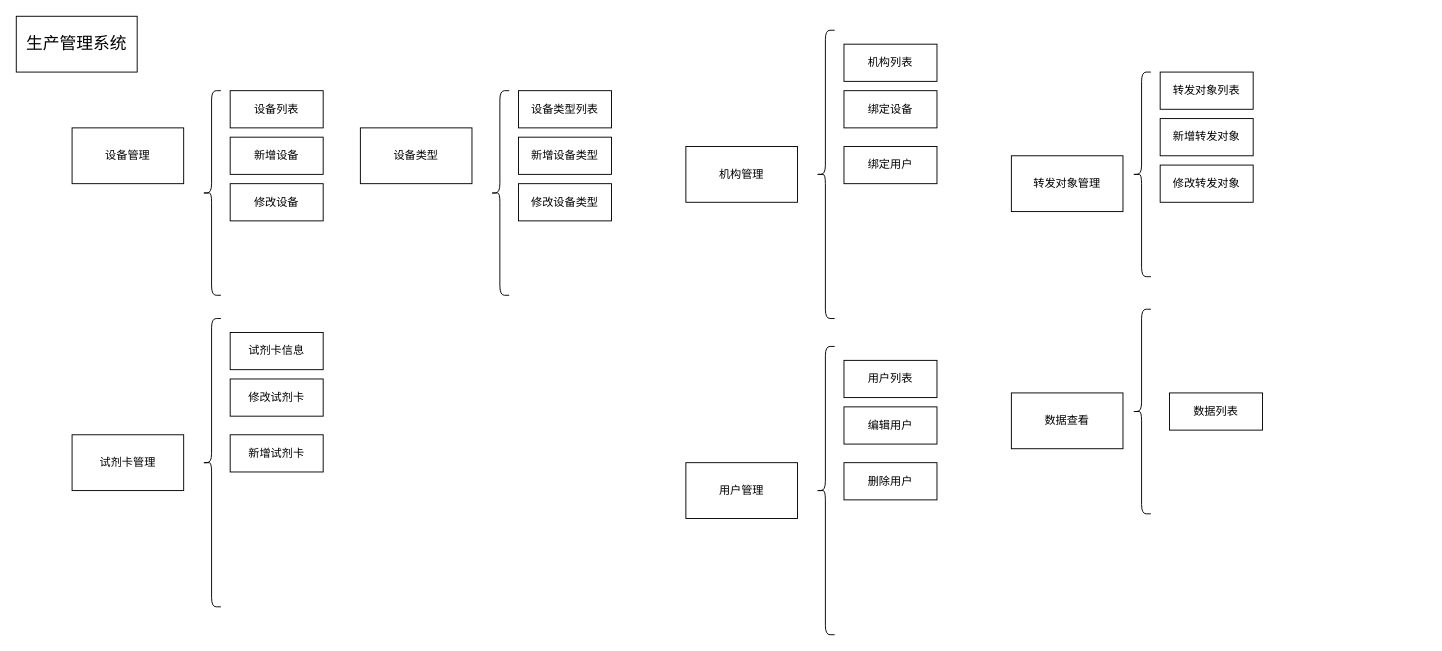
lliecho/test keeps this draw.io diagram as 生产管理系统.drawio. Above is the earlier version. Source tidied: cells renumbered, new cells numbered last; positions are measured from the earlier drawing's top-left corner, leaving out a move shared by most shapes. Both pictures are drawn from the tidied source at 93%, with x=0, y=0 at pixel (16, 16).
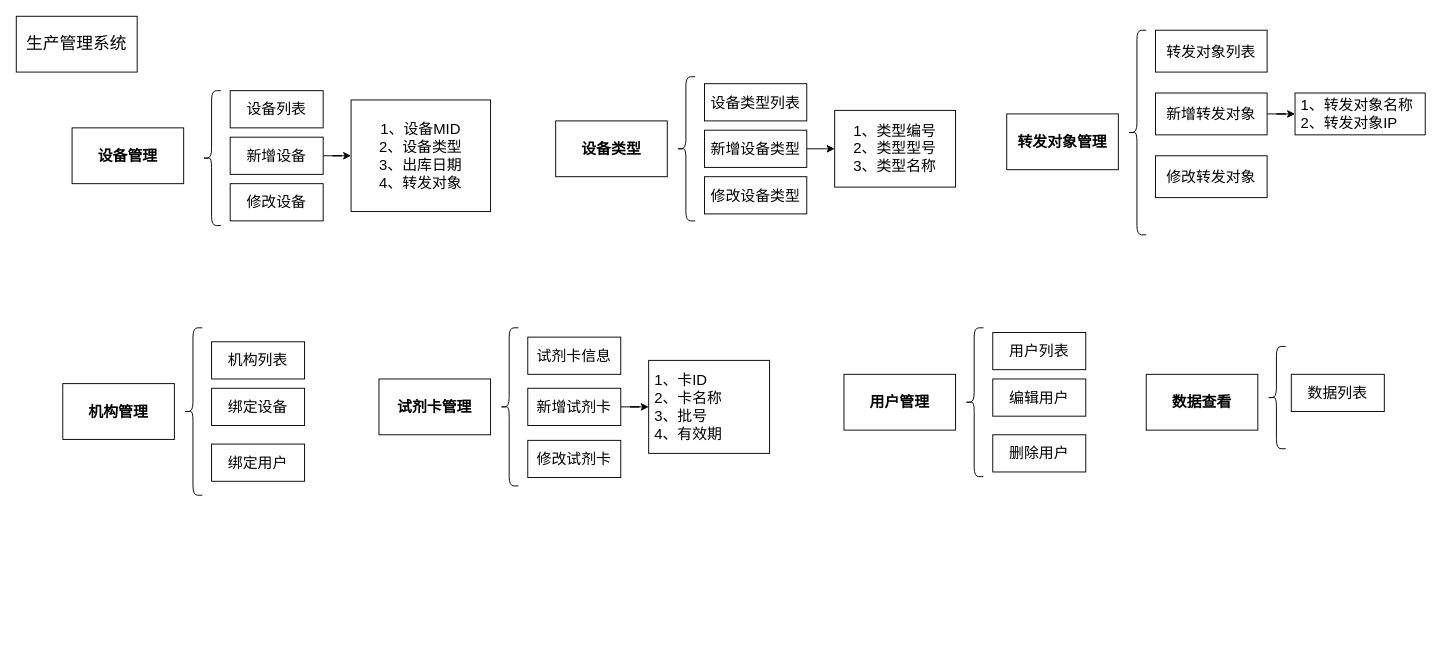
After the change.

Commit message:
更新生产管理系统.drawio

Diff of the diagram source:
```diff
@@
-    <mxCell id="3" value="设备管理" style="rounded=0;whiteSpace=wrap;html=1;" parent="1" vertex="1">
+    <mxCell id="3" value="&lt;b&gt;设备管理&lt;/b&gt;" style="rounded=0;whiteSpace=wrap;html=1;fontSize=16;" parent="1" vertex="1">
       <mxGeometry x="60" y="120" width="120" height="60" as="geometry" />
     </mxCell>
-    <mxCell id="4" style="shape=curlyBracket;whiteSpace=wrap;html=1;rounded=1;labelPosition=left;verticalLabelPosition=middle;align=right;verticalAlign=middle;" parent="1" vertex="1">
-      <mxGeometry x="200" y="80" width="20" height="220" as="geometry" />
+    <mxCell id="4" style="shape=curlyBracket;whiteSpace=wrap;html=1;rounded=1;labelPosition=left;verticalLabelPosition=middle;align=right;verticalAlign=middle;fontSize=16;" parent="1" vertex="1">
+      <mxGeometry x="200" y="80" width="20" height="145" as="geometry" />
     </mxCell>
-    <mxCell id="5" value="试剂卡管理" style="rounded=0;whiteSpace=wrap;html=1;" parent="1" vertex="1">
-      <mxGeometry x="60" y="450" width="120" height="60" as="geometry" />
+    <mxCell id="5" value="&lt;b&gt;试剂卡管理&lt;/b&gt;" style="rounded=0;whiteSpace=wrap;html=1;fontSize=16;" parent="1" vertex="1">
+      <mxGeometry x="390" y="390" width="120" height="60" as="geometry" />
     </mxCell>
-    <mxCell id="6" style="shape=curlyBracket;whiteSpace=wrap;html=1;rounded=1;labelPosition=left;verticalLabelPosition=middle;align=right;verticalAlign=middle;" parent="1" vertex="1">
-      <mxGeometry x="200" y="325" width="20" height="310" as="geometry" />
+    <mxCell id="6" style="shape=curlyBracket;whiteSpace=wrap;html=1;rounded=1;labelPosition=left;verticalLabelPosition=middle;align=right;verticalAlign=middle;fontSize=16;" parent="1" vertex="1">
+      <mxGeometry x="520" y="335" width="20" height="170" as="geometry" />
     </mxCell>
-    <mxCell id="7" value="试剂卡信息" style="rounded=0;whiteSpace=wrap;html=1;" parent="1" vertex="1">
-      <mxGeometry x="230" y="340" width="100" height="40" as="geometry" />
+    <mxCell id="7" value="试剂卡信息" style="rounded=0;whiteSpace=wrap;html=1;fontSize=16;" parent="1" vertex="1">
+      <mxGeometry x="550" y="345" width="100" height="40" as="geometry" />
     </mxCell>
-    <mxCell id="8" value="修改试剂卡" style="rounded=0;whiteSpace=wrap;html=1;" parent="1" vertex="1">
-      <mxGeometry x="230" y="390" width="100" height="40" as="geometry" />
+    <mxCell id="8" value="修改试剂卡" style="rounded=0;whiteSpace=wrap;html=1;fontSize=16;" parent="1" vertex="1">
+      <mxGeometry x="550" y="456" width="100" height="40" as="geometry" />
     </mxCell>
+    <mxCell id="36" style="edgeStyle=orthogonalEdgeStyle;rounded=0;jettySize=auto;html=1;" parent="1" edge="1" source="9" target="42">
+      <mxGeometry relative="1" as="geometry" />
+    </mxCell>
-    <mxCell id="9" value="新增试剂卡" style="rounded=0;whiteSpace=wrap;html=1;" parent="1" vertex="1">
-      <mxGeometry x="230" y="450" width="100" height="40" as="geometry" />
+    <mxCell id="9" value="新增试剂卡" style="rounded=0;whiteSpace=wrap;html=1;fontSize=16;" parent="1" vertex="1">
+      <mxGeometry x="550" y="400" width="100" height="40" as="geometry" />
     </mxCell>
-    <mxCell id="10" value="设备列表" style="rounded=0;whiteSpace=wrap;html=1;" parent="1" vertex="1">
+    <mxCell id="10" value="设备列表" style="rounded=0;whiteSpace=wrap;html=1;fontSize=16;" parent="1" vertex="1">
       <mxGeometry x="230" y="80" width="100" height="40" as="geometry" />
     </mxCell>
+    <mxCell id="37" style="edgeStyle=orthogonalEdgeStyle;rounded=0;jettySize=auto;html=1;" parent="1" edge="1" source="11" target="41">
+      <mxGeometry relative="1" as="geometry" />
+    </mxCell>
-    <mxCell id="11" value="新增设备" style="rounded=0;whiteSpace=wrap;html=1;" parent="1" vertex="1">
+    <mxCell id="11" value="新增设备" style="rounded=0;whiteSpace=wrap;html=1;fontSize=16;" parent="1" vertex="1">
       <mxGeometry x="230" y="130" width="100" height="40" as="geometry" />
     </mxCell>
-    <mxCell id="12" value="修改设备" style="rounded=0;whiteSpace=wrap;html=1;" parent="1" vertex="1">
+    <mxCell id="12" value="修改设备" style="rounded=0;whiteSpace=wrap;html=1;fontSize=16;" parent="1" vertex="1">
       <mxGeometry x="230" y="180" width="100" height="40" as="geometry" />
     </mxCell>
-    <mxCell id="13" value="机构管理" style="rounded=0;whiteSpace=wrap;html=1;" parent="1" vertex="1">
-      <mxGeometry x="720" y="140" width="120" height="60" as="geometry" />
+    <mxCell id="13" value="&lt;b&gt;机构管理&lt;/b&gt;" style="rounded=0;whiteSpace=wrap;html=1;fontSize=16;" parent="1" vertex="1">
+      <mxGeometry x="50" y="395" width="120" height="60" as="geometry" />
     </mxCell>
     <mxCell id="14" style="shape=curlyBracket;whiteSpace=wrap;html=1;rounded=1;labelPosition=left;verticalLabelPosition=middle;align=right;verticalAlign=middle;" parent="1" vertex="1">
-      <mxGeometry x="860" y="15" width="20" height="310" as="geometry" />
+      <mxGeometry x="180" y="335" width="20" height="180" as="geometry" />
     </mxCell>
-    <mxCell id="15" value="机构列表" style="rounded=0;whiteSpace=wrap;html=1;" parent="1" vertex="1">
-      <mxGeometry x="890" y="30" width="100" height="40" as="geometry" />
+    <mxCell id="15" value="机构列表" style="rounded=0;whiteSpace=wrap;html=1;fontSize=16;" parent="1" vertex="1">
+      <mxGeometry x="210" y="350" width="100" height="40" as="geometry" />
     </mxCell>
-    <mxCell id="16" value="绑定设备" style="rounded=0;whiteSpace=wrap;html=1;" parent="1" vertex="1">
-      <mxGeometry x="890" y="80" width="100" height="40" as="geometry" />
+    <mxCell id="16" value="绑定设备" style="rounded=0;whiteSpace=wrap;html=1;fontSize=16;" parent="1" vertex="1">
+      <mxGeometry x="210" y="400" width="100" height="40" as="geometry" />
     </mxCell>
-    <mxCell id="17" value="绑定用户" style="rounded=0;whiteSpace=wrap;html=1;" parent="1" vertex="1">
-      <mxGeometry x="890" y="140" width="100" height="40" as="geometry" />
+    <mxCell id="17" value="绑定用户" style="rounded=0;whiteSpace=wrap;html=1;fontSize=16;" parent="1" vertex="1">
+      <mxGeometry x="210" y="460" width="100" height="40" as="geometry" />
     </mxCell>
-    <mxCell id="18" value="用户管理" style="rounded=0;whiteSpace=wrap;html=1;" parent="1" vertex="1">
-      <mxGeometry x="720" y="480" width="120" height="60" as="geometry" />
+    <mxCell id="18" value="&lt;b&gt;用户管理&lt;/b&gt;" style="rounded=0;whiteSpace=wrap;html=1;fontSize=16;" parent="1" vertex="1">
+      <mxGeometry x="890" y="385" width="120" height="60" as="geometry" />
     </mxCell>
     <mxCell id="19" style="shape=curlyBracket;whiteSpace=wrap;html=1;rounded=1;labelPosition=left;verticalLabelPosition=middle;align=right;verticalAlign=middle;" parent="1" vertex="1">
-      <mxGeometry x="860" y="355" width="20" height="310" as="geometry" />
+      <mxGeometry x="1020" y="335" width="20" height="160" as="geometry" />
     </mxCell>
-    <mxCell id="20" value="用户列表" style="rounded=0;whiteSpace=wrap;html=1;" parent="1" vertex="1">
-      <mxGeometry x="890" y="370" width="100" height="40" as="geometry" />
+    <mxCell id="20" value="用户列表" style="rounded=0;whiteSpace=wrap;html=1;fontSize=16;" parent="1" vertex="1">
+      <mxGeometry x="1050" y="340" width="100" height="40" as="geometry" />
     </mxCell>
-    <mxCell id="21" value="编辑用户" style="rounded=0;whiteSpace=wrap;html=1;" parent="1" vertex="1">
-      <mxGeometry x="890" y="420" width="100" height="40" as="geometry" />
+    <mxCell id="21" value="编辑用户" style="rounded=0;whiteSpace=wrap;html=1;fontSize=16;" parent="1" vertex="1">
+      <mxGeometry x="1050" y="390" width="100" height="40" as="geometry" />
     </mxCell>
-    <mxCell id="22" value="删除用户" style="rounded=0;whiteSpace=wrap;html=1;" parent="1" vertex="1">
-      <mxGeometry x="890" y="480" width="100" height="40" as="geometry" />
+    <mxCell id="22" value="删除用户" style="rounded=0;whiteSpace=wrap;html=1;fontSize=16;" parent="1" vertex="1">
+      <mxGeometry x="1050" y="450" width="100" height="40" as="geometry" />
     </mxCell>
-    <mxCell id="23" value="转发对象管理" style="rounded=0;whiteSpace=wrap;html=1;" parent="1" vertex="1">
-      <mxGeometry x="1070" y="150" width="120" height="60" as="geometry" />
+    <mxCell id="23" value="&lt;b&gt;转发对象管理&lt;/b&gt;" style="rounded=0;whiteSpace=wrap;html=1;fontSize=16;" parent="1" vertex="1">
+      <mxGeometry x="1065" y="105" width="120" height="60" as="geometry" />
     </mxCell>
-    <mxCell id="24" style="shape=curlyBracket;whiteSpace=wrap;html=1;rounded=1;labelPosition=left;verticalLabelPosition=middle;align=right;verticalAlign=middle;" parent="1" vertex="1">
-      <mxGeometry x="1200" y="60" width="20" height="220" as="geometry" />
+    <mxCell id="24" style="shape=curlyBracket;whiteSpace=wrap;html=1;rounded=1;labelPosition=left;verticalLabelPosition=middle;align=right;verticalAlign=middle;fontSize=16;" parent="1" vertex="1">
+      <mxGeometry x="1195" y="15" width="20" height="220" as="geometry" />
     </mxCell>
-    <mxCell id="25" value="转发对象列表" style="rounded=0;whiteSpace=wrap;html=1;" parent="1" vertex="1">
-      <mxGeometry x="1230" y="60" width="100" height="40" as="geometry" />
+    <mxCell id="25" value="转发对象列表" style="rounded=0;whiteSpace=wrap;html=1;fontSize=16;" parent="1" vertex="1">
+      <mxGeometry x="1225" y="15" width="120" height="45" as="geometry" />
     </mxCell>
+    <mxCell id="38" style="edgeStyle=orthogonalEdgeStyle;rounded=0;jettySize=auto;html=1;" parent="1" edge="1" source="26" target="40">
+      <mxGeometry relative="1" as="geometry" />
+    </mxCell>
-    <mxCell id="26" value="新增转发对象" style="rounded=0;whiteSpace=wrap;html=1;" parent="1" vertex="1">
-      <mxGeometry x="1230" y="110" width="100" height="40" as="geometry" />
+    <mxCell id="26" value="新增转发对象" style="rounded=0;whiteSpace=wrap;html=1;fontSize=16;" parent="1" vertex="1">
+      <mxGeometry x="1225" y="82.5" width="120" height="45" as="geometry" />
     </mxCell>
-    <mxCell id="27" value="修改转发对象" style="rounded=0;whiteSpace=wrap;html=1;" parent="1" vertex="1">
-      <mxGeometry x="1230" y="160" width="100" height="40" as="geometry" />
+    <mxCell id="27" value="修改转发对象" style="rounded=0;whiteSpace=wrap;html=1;fontSize=16;" parent="1" vertex="1">
+      <mxGeometry x="1225" y="150" width="120" height="45" as="geometry" />
     </mxCell>
-    <mxCell id="28" value="数据查看" style="rounded=0;whiteSpace=wrap;html=1;" parent="1" vertex="1">
-      <mxGeometry x="1070" y="405" width="120" height="60" as="geometry" />
+    <mxCell id="28" value="&lt;b&gt;数据查看&lt;/b&gt;" style="rounded=0;whiteSpace=wrap;html=1;fontSize=16;" parent="1" vertex="1">
+      <mxGeometry x="1215" y="385" width="120" height="60" as="geometry" />
     </mxCell>
-    <mxCell id="29" style="shape=curlyBracket;whiteSpace=wrap;html=1;rounded=1;labelPosition=left;verticalLabelPosition=middle;align=right;verticalAlign=middle;" parent="1" vertex="1">
-      <mxGeometry x="1200" y="315" width="20" height="220" as="geometry" />
+    <mxCell id="29" style="shape=curlyBracket;whiteSpace=wrap;html=1;rounded=1;labelPosition=left;verticalLabelPosition=middle;align=right;verticalAlign=middle;fontSize=16;" parent="1" vertex="1">
+      <mxGeometry x="1345" y="355" width="20" height="110" as="geometry" />
     </mxCell>
-    <mxCell id="30" value="数据列表" style="rounded=0;whiteSpace=wrap;html=1;" parent="1" vertex="1">
-      <mxGeometry x="1240" y="405" width="100" height="40" as="geometry" />
+    <mxCell id="30" value="数据列表" style="rounded=0;whiteSpace=wrap;html=1;fontSize=16;" parent="1" vertex="1">
+      <mxGeometry x="1371" y="385" width="100" height="40" as="geometry" />
     </mxCell>
-    <mxCell id="31" value="设备类型" style="rounded=0;whiteSpace=wrap;html=1;" parent="1" vertex="1">
-      <mxGeometry x="370" y="120" width="120" height="60" as="geometry" />
+    <mxCell id="31" value="&lt;b&gt;设备类型&lt;/b&gt;" style="rounded=0;whiteSpace=wrap;html=1;fontSize=16;" parent="1" vertex="1">
+      <mxGeometry x="580" y="112.5" width="120" height="60" as="geometry" />
     </mxCell>
-    <mxCell id="32" style="shape=curlyBracket;whiteSpace=wrap;html=1;rounded=1;labelPosition=left;verticalLabelPosition=middle;align=right;verticalAlign=middle;" parent="1" vertex="1">
-      <mxGeometry x="510" y="80" width="20" height="220" as="geometry" />
+    <mxCell id="32" style="shape=curlyBracket;whiteSpace=wrap;html=1;rounded=1;labelPosition=left;verticalLabelPosition=middle;align=right;verticalAlign=middle;fontSize=16;" parent="1" vertex="1">
+      <mxGeometry x="710" y="65" width="20" height="155" as="geometry" />
     </mxCell>
-    <mxCell id="33" value="设备类型列表" style="rounded=0;whiteSpace=wrap;html=1;" parent="1" vertex="1">
-      <mxGeometry x="540" y="80" width="100" height="40" as="geometry" />
+    <mxCell id="33" value="设备类型列表" style="rounded=0;whiteSpace=wrap;html=1;fontSize=16;" parent="1" vertex="1">
+      <mxGeometry x="740" y="72.5" width="110" height="40" as="geometry" />
     </mxCell>
+    <mxCell id="39" style="edgeStyle=orthogonalEdgeStyle;rounded=0;jettySize=auto;html=1;" parent="1" edge="1" source="34" target="43">
+      <mxGeometry relative="1" as="geometry" />
+    </mxCell>
-    <mxCell id="34" value="新增设备类型" style="rounded=0;whiteSpace=wrap;html=1;" parent="1" vertex="1">
-      <mxGeometry x="540" y="130" width="100" height="40" as="geometry" />
+    <mxCell id="34" value="新增设备类型" style="rounded=0;whiteSpace=wrap;html=1;fontSize=16;" parent="1" vertex="1">
+      <mxGeometry x="740" y="122.5" width="110" height="40" as="geometry" />
     </mxCell>
-    <mxCell id="35" value="修改设备类型" style="rounded=0;whiteSpace=wrap;html=1;" parent="1" vertex="1">
-      <mxGeometry x="540" y="180" width="100" height="40" as="geometry" />
+    <mxCell id="35" value="修改设备类型" style="rounded=0;whiteSpace=wrap;html=1;fontSize=16;" parent="1" vertex="1">
+      <mxGeometry x="740" y="172.5" width="110" height="40" as="geometry" />
     </mxCell>
+    <mxCell id="40" value="&amp;nbsp;1、转发对象名称&lt;br&gt;&amp;nbsp;2、转发对象IP" style="rounded=0;whiteSpace=wrap;html=1;fontSize=16;align=left;" parent="1" vertex="1">
+      <mxGeometry x="1375" y="82.5" width="140" height="45" as="geometry" />
+    </mxCell>
+    <mxCell id="41" value="1、设备MID&lt;br&gt;2、设备类型&lt;br&gt;3、出库日期&lt;br&gt;4、转发对象" style="rounded=0;whiteSpace=wrap;html=1;fontSize=16;" parent="1" vertex="1">
+      <mxGeometry x="360" y="90" width="150" height="120" as="geometry" />
+    </mxCell>
+    <mxCell id="42" value="&amp;nbsp;1、卡ID&lt;br&gt;&amp;nbsp;2、卡名称&lt;br&gt;&amp;nbsp;3、批号&lt;br&gt;&amp;nbsp;4、有效期" style="rounded=0;whiteSpace=wrap;html=1;fontSize=16;align=left;" parent="1" vertex="1">
+      <mxGeometry x="680" y="370" width="130" height="100" as="geometry" />
+    </mxCell>
+    <mxCell id="43" value="1、类型编号&lt;br&gt;2、类型型号&lt;br&gt;3、类型名称" style="whiteSpace=wrap;html=1;fontSize=16;rounded=0;" parent="1" vertex="1">
+      <mxGeometry x="880" y="101.2" width="130" height="82.5" as="geometry" />
+    </mxCell>
```
